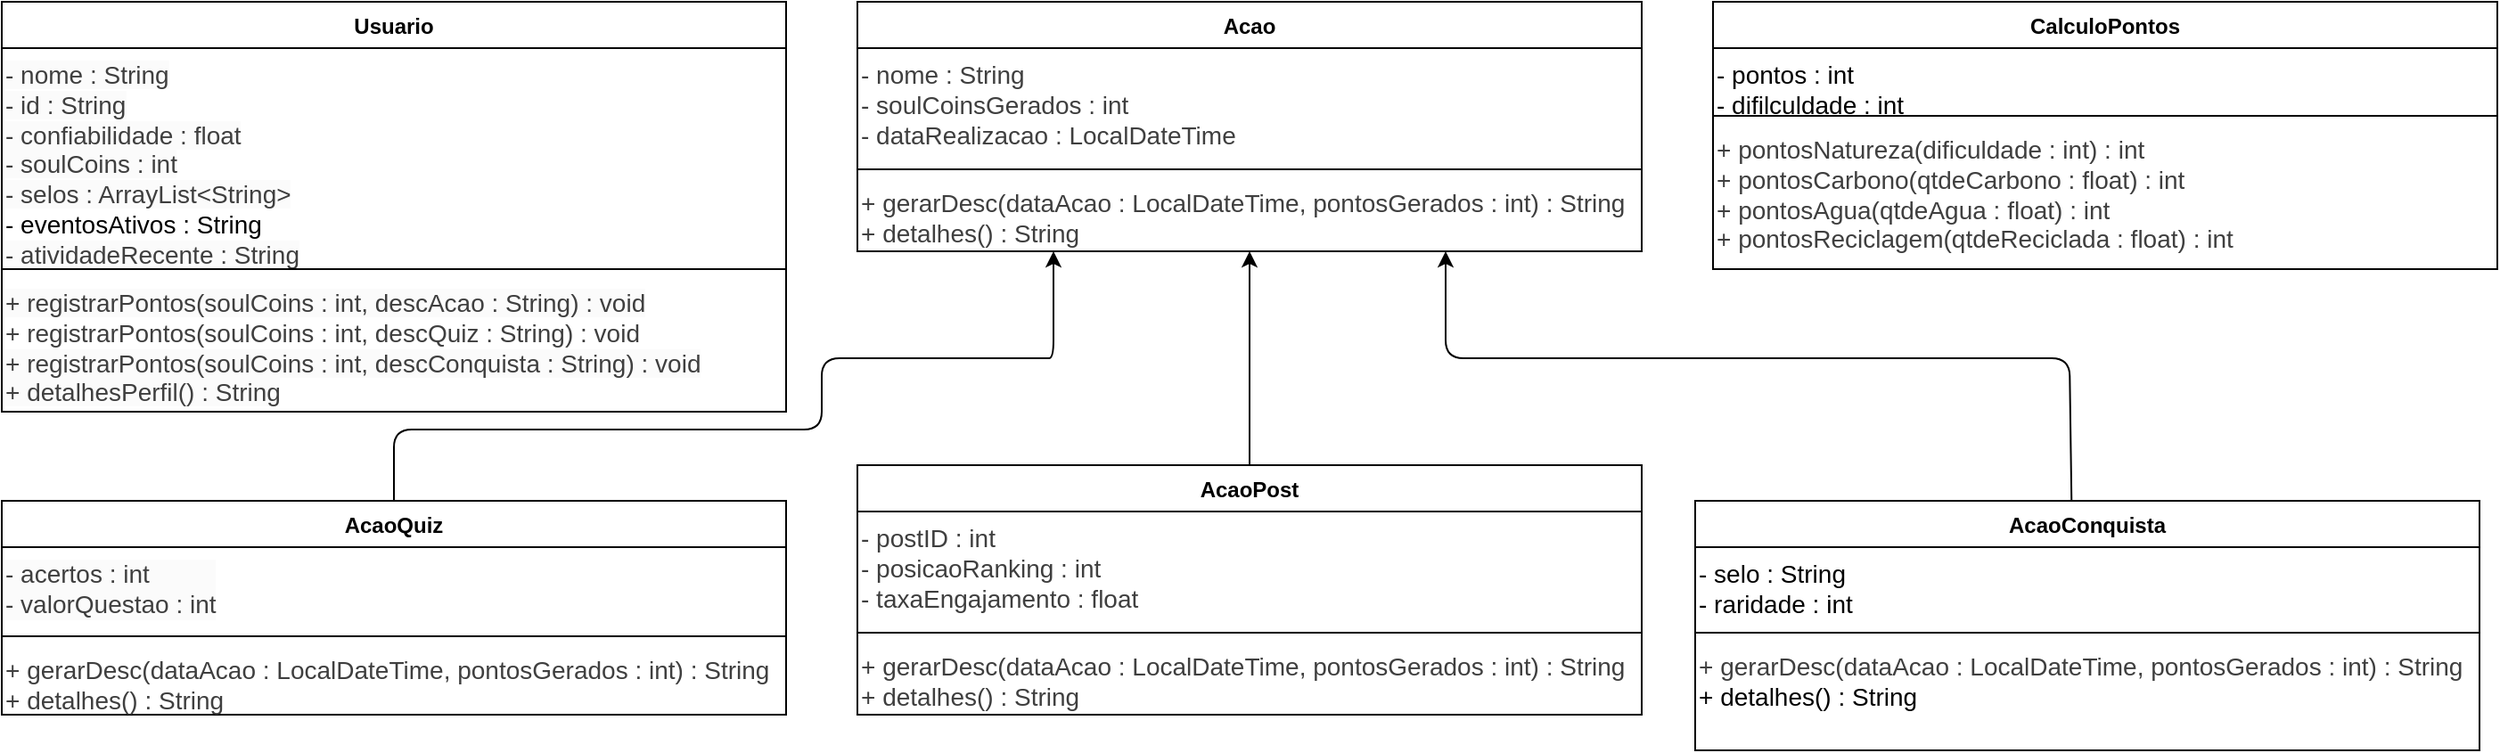
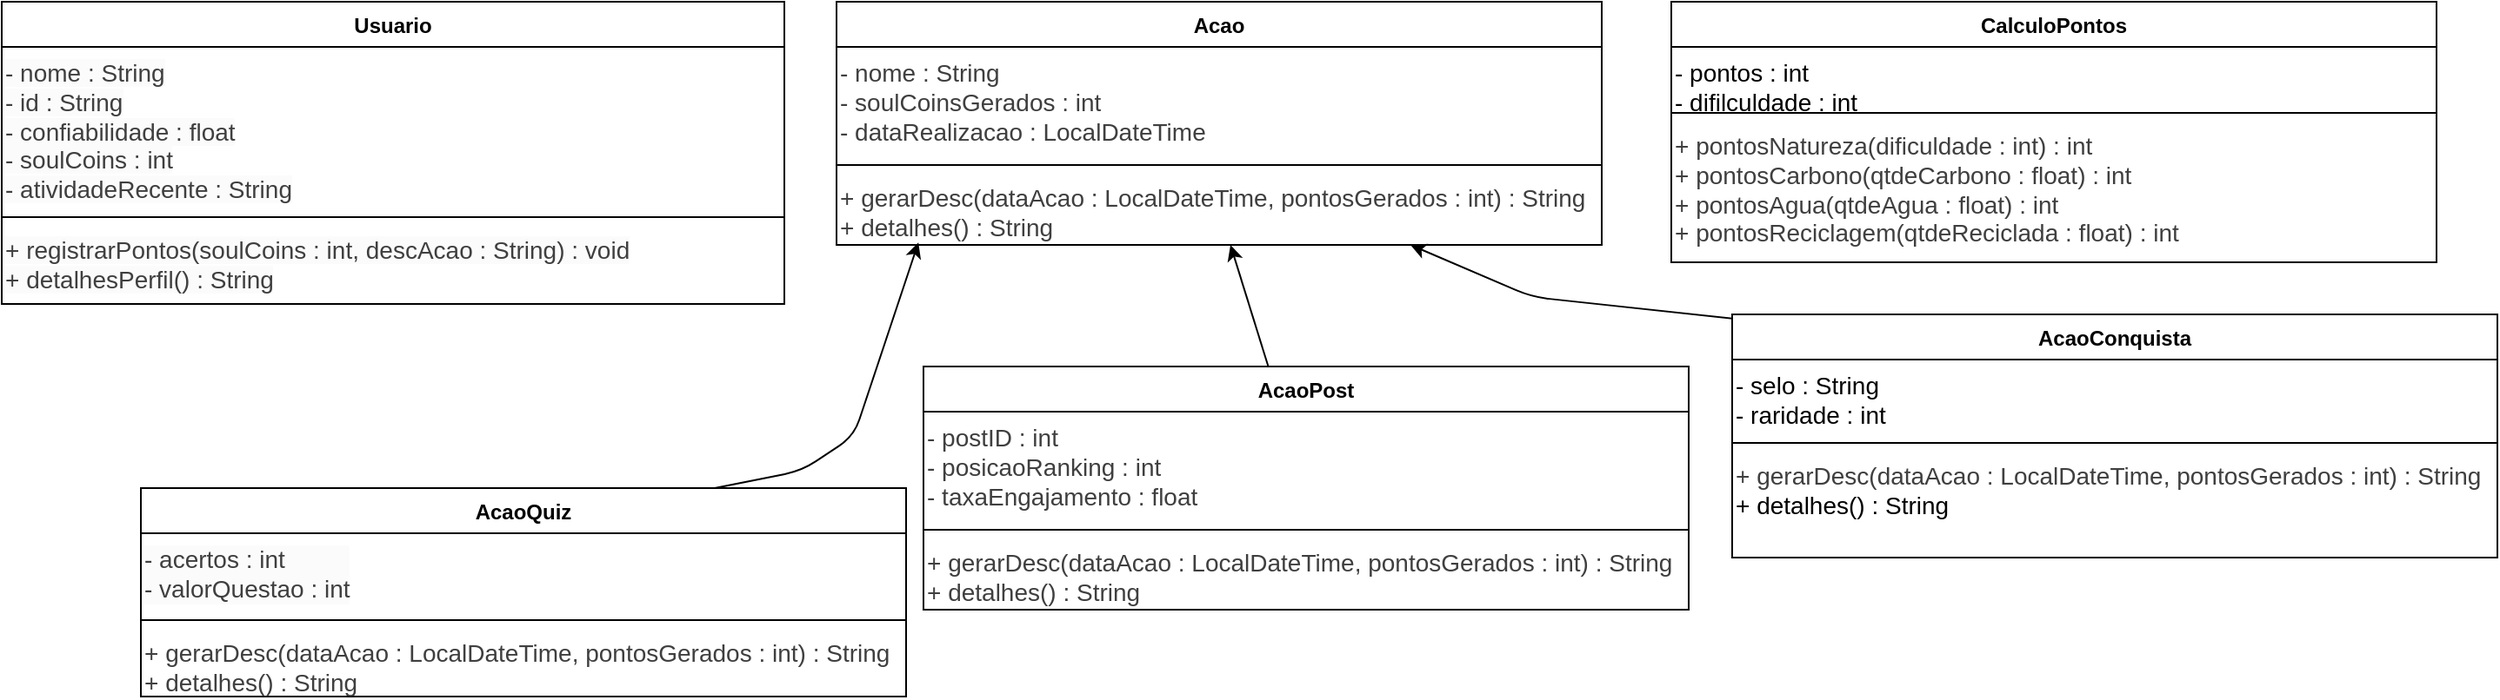
<mxfile host="65bd71144e">
    <diagram name="Diagrama SoulUp" id="soulup-uml">
-         <mxGraphModel dx="425" dy="710" grid="1" gridSize="10" guides="1" tooltips="1" connect="1" arrows="1" fold="1" page="1" pageScale="1" pageWidth="1475" pageHeight="827" math="0" shadow="0">
+         <mxGraphModel dx="318" dy="741" grid="1" gridSize="10" guides="1" tooltips="1" connect="1" arrows="1" fold="1" page="1" pageScale="1" pageWidth="1475" pageHeight="827" math="0" shadow="0">
            <root>
                <mxCell id="0"/>
                <mxCell id="1" parent="0"/>
                <mxCell id="7" value="Usuario" style="swimlane;fontStyle=1;align=center;verticalAlign=top;childLayout=stackLayout;horizontal=1;startSize=26;horizontalStack=0;resizeParent=1;resizeParentMax=0;resizeLast=0;collapsible=1;marginBottom=0;whiteSpace=wrap;html=1;" parent="1" vertex="1">
-                     <mxGeometry x="40" y="40" width="440" height="230" as="geometry">
+                     <mxGeometry x="40" y="40" width="450" height="174" as="geometry">
                        <mxRectangle x="710" y="370" width="80" height="30" as="alternateBounds"/>
                    </mxGeometry>
                </mxCell>
-                 <mxCell id="12" value="&lt;span style=&quot;color: rgb(63, 63, 63); font-family: Helvetica; font-size: 14px; font-style: normal; font-variant-ligatures: normal; font-variant-caps: normal; font-weight: 400; letter-spacing: normal; orphans: 2; text-align: -webkit-left; text-indent: 0px; text-transform: none; widows: 2; word-spacing: 0px; -webkit-text-stroke-width: 0px; white-space: normal; background-color: rgb(251, 251, 251); text-decoration-thickness: initial; text-decoration-style: initial; text-decoration-color: initial; float: none; display: inline !important;&quot;&gt;- nome : String&lt;/span&gt;&lt;br style=&quot;forced-color-adjust: none; color: rgb(63, 63, 63); scrollbar-color: rgb(226, 226, 226) rgb(251, 251, 251); font-family: Helvetica; font-size: 14px; font-style: normal; font-variant-ligatures: normal; font-variant-caps: normal; font-weight: 400; letter-spacing: normal; orphans: 2; text-align: -webkit-left; text-indent: 0px; text-transform: none; widows: 2; word-spacing: 0px; -webkit-text-stroke-width: 0px; white-space: normal; background-color: rgb(251, 251, 251); text-decoration-thickness: initial; text-decoration-style: initial; text-decoration-color: initial;&quot;&gt;&lt;span style=&quot;color: rgb(63, 63, 63); font-family: Helvetica; font-size: 14px; font-style: normal; font-variant-ligatures: normal; font-variant-caps: normal; font-weight: 400; letter-spacing: normal; orphans: 2; text-align: -webkit-left; text-indent: 0px; text-transform: none; widows: 2; word-spacing: 0px; -webkit-text-stroke-width: 0px; white-space: normal; background-color: rgb(251, 251, 251); text-decoration-thickness: initial; text-decoration-style: initial; text-decoration-color: initial; float: none; display: inline !important;&quot;&gt;- id : String&lt;/span&gt;&lt;br style=&quot;forced-color-adjust: none; color: rgb(63, 63, 63); scrollbar-color: rgb(226, 226, 226) rgb(251, 251, 251); font-family: Helvetica; font-size: 14px; font-style: normal; font-variant-ligatures: normal; font-variant-caps: normal; font-weight: 400; letter-spacing: normal; orphans: 2; text-align: -webkit-left; text-indent: 0px; text-transform: none; widows: 2; word-spacing: 0px; -webkit-text-stroke-width: 0px; white-space: normal; background-color: rgb(251, 251, 251); text-decoration-thickness: initial; text-decoration-style: initial; text-decoration-color: initial;&quot;&gt;&lt;span style=&quot;color: rgb(63, 63, 63); font-family: Helvetica; font-size: 14px; font-style: normal; font-variant-ligatures: normal; font-variant-caps: normal; font-weight: 400; letter-spacing: normal; orphans: 2; text-align: -webkit-left; text-indent: 0px; text-transform: none; widows: 2; word-spacing: 0px; -webkit-text-stroke-width: 0px; white-space: normal; background-color: rgb(251, 251, 251); text-decoration-thickness: initial; text-decoration-style: initial; text-decoration-color: initial; float: none; display: inline !important;&quot;&gt;- confiabilidade : float&lt;/span&gt;&lt;br style=&quot;forced-color-adjust: none; color: rgb(63, 63, 63); scrollbar-color: rgb(226, 226, 226) rgb(251, 251, 251); font-family: Helvetica; font-size: 14px; font-style: normal; font-variant-ligatures: normal; font-variant-caps: normal; font-weight: 400; letter-spacing: normal; orphans: 2; text-align: -webkit-left; text-indent: 0px; text-transform: none; widows: 2; word-spacing: 0px; -webkit-text-stroke-width: 0px; white-space: normal; background-color: rgb(251, 251, 251); text-decoration-thickness: initial; text-decoration-style: initial; text-decoration-color: initial;&quot;&gt;&lt;span style=&quot;color: rgb(63, 63, 63); font-family: Helvetica; font-size: 14px; font-style: normal; font-variant-ligatures: normal; font-variant-caps: normal; font-weight: 400; letter-spacing: normal; orphans: 2; text-align: -webkit-left; text-indent: 0px; text-transform: none; widows: 2; word-spacing: 0px; -webkit-text-stroke-width: 0px; white-space: normal; background-color: rgb(251, 251, 251); text-decoration-thickness: initial; text-decoration-style: initial; text-decoration-color: initial; float: none; display: inline !important;&quot;&gt;- soulCoins : int&lt;/span&gt;&lt;br style=&quot;forced-color-adjust: none; color: rgb(63, 63, 63); scrollbar-color: rgb(226, 226, 226) rgb(251, 251, 251); font-family: Helvetica; font-size: 14px; font-style: normal; font-variant-ligatures: normal; font-variant-caps: normal; font-weight: 400; letter-spacing: normal; orphans: 2; text-align: -webkit-left; text-indent: 0px; text-transform: none; widows: 2; word-spacing: 0px; -webkit-text-stroke-width: 0px; white-space: normal; background-color: rgb(251, 251, 251); text-decoration-thickness: initial; text-decoration-style: initial; text-decoration-color: initial;&quot;&gt;&lt;span style=&quot;color: rgb(63, 63, 63); font-family: Helvetica; font-size: 14px; font-style: normal; font-variant-ligatures: normal; font-variant-caps: normal; font-weight: 400; letter-spacing: normal; orphans: 2; text-align: -webkit-left; text-indent: 0px; text-transform: none; widows: 2; word-spacing: 0px; -webkit-text-stroke-width: 0px; white-space: normal; background-color: rgb(251, 251, 251); text-decoration-thickness: initial; text-decoration-style: initial; text-decoration-color: initial; float: none; display: inline !important;&quot;&gt;- selos : ArrayList&amp;lt;String&amp;gt;&lt;/span&gt;&lt;div&gt;&lt;span style=&quot;font-size: 14px;&quot;&gt;- eventosAtivos : String&lt;br&gt;&lt;/span&gt;&lt;div&gt;&lt;span style=&quot;color: rgb(63, 63, 63); font-family: Helvetica; font-size: 14px; font-style: normal; font-variant-ligatures: normal; font-variant-caps: normal; font-weight: 400; letter-spacing: normal; orphans: 2; text-align: -webkit-left; text-indent: 0px; text-transform: none; widows: 2; word-spacing: 0px; -webkit-text-stroke-width: 0px; white-space: normal; background-color: rgb(251, 251, 251); text-decoration-thickness: initial; text-decoration-style: initial; text-decoration-color: initial; float: none; display: inline !important;&quot;&gt;- atividadeRecente : String&lt;/span&gt;&lt;br class=&quot;Apple-interchange-newline&quot;&gt;&lt;/div&gt;&lt;/div&gt;" style="text;whiteSpace=wrap;html=1;" parent="7" vertex="1">
-                     <mxGeometry y="26" width="440" height="120" as="geometry"/>
+                 <mxCell id="12" value="&lt;span style=&quot;color: rgb(63, 63, 63); font-family: Helvetica; font-size: 14px; font-style: normal; font-variant-ligatures: normal; font-variant-caps: normal; font-weight: 400; letter-spacing: normal; orphans: 2; text-align: -webkit-left; text-indent: 0px; text-transform: none; widows: 2; word-spacing: 0px; -webkit-text-stroke-width: 0px; white-space: normal; background-color: rgb(251, 251, 251); text-decoration-thickness: initial; text-decoration-style: initial; text-decoration-color: initial; float: none; display: inline !important;&quot;&gt;- nome : String&lt;/span&gt;&lt;br style=&quot;forced-color-adjust: none; color: rgb(63, 63, 63); scrollbar-color: rgb(226, 226, 226) rgb(251, 251, 251); font-family: Helvetica; font-size: 14px; font-style: normal; font-variant-ligatures: normal; font-variant-caps: normal; font-weight: 400; letter-spacing: normal; orphans: 2; text-align: -webkit-left; text-indent: 0px; text-transform: none; widows: 2; word-spacing: 0px; -webkit-text-stroke-width: 0px; white-space: normal; background-color: rgb(251, 251, 251); text-decoration-thickness: initial; text-decoration-style: initial; text-decoration-color: initial;&quot;&gt;&lt;span style=&quot;color: rgb(63, 63, 63); font-family: Helvetica; font-size: 14px; font-style: normal; font-variant-ligatures: normal; font-variant-caps: normal; font-weight: 400; letter-spacing: normal; orphans: 2; text-align: -webkit-left; text-indent: 0px; text-transform: none; widows: 2; word-spacing: 0px; -webkit-text-stroke-width: 0px; white-space: normal; background-color: rgb(251, 251, 251); text-decoration-thickness: initial; text-decoration-style: initial; text-decoration-color: initial; float: none; display: inline !important;&quot;&gt;- id : String&lt;/span&gt;&lt;br style=&quot;forced-color-adjust: none; color: rgb(63, 63, 63); scrollbar-color: rgb(226, 226, 226) rgb(251, 251, 251); font-family: Helvetica; font-size: 14px; font-style: normal; font-variant-ligatures: normal; font-variant-caps: normal; font-weight: 400; letter-spacing: normal; orphans: 2; text-align: -webkit-left; text-indent: 0px; text-transform: none; widows: 2; word-spacing: 0px; -webkit-text-stroke-width: 0px; white-space: normal; background-color: rgb(251, 251, 251); text-decoration-thickness: initial; text-decoration-style: initial; text-decoration-color: initial;&quot;&gt;&lt;span style=&quot;color: rgb(63, 63, 63); font-family: Helvetica; font-size: 14px; font-style: normal; font-variant-ligatures: normal; font-variant-caps: normal; font-weight: 400; letter-spacing: normal; orphans: 2; text-align: -webkit-left; text-indent: 0px; text-transform: none; widows: 2; word-spacing: 0px; -webkit-text-stroke-width: 0px; white-space: normal; background-color: rgb(251, 251, 251); text-decoration-thickness: initial; text-decoration-style: initial; text-decoration-color: initial; float: none; display: inline !important;&quot;&gt;- confiabilidade : float&lt;/span&gt;&lt;br style=&quot;forced-color-adjust: none; color: rgb(63, 63, 63); scrollbar-color: rgb(226, 226, 226) rgb(251, 251, 251); font-family: Helvetica; font-size: 14px; font-style: normal; font-variant-ligatures: normal; font-variant-caps: normal; font-weight: 400; letter-spacing: normal; orphans: 2; text-align: -webkit-left; text-indent: 0px; text-transform: none; widows: 2; word-spacing: 0px; -webkit-text-stroke-width: 0px; white-space: normal; background-color: rgb(251, 251, 251); text-decoration-thickness: initial; text-decoration-style: initial; text-decoration-color: initial;&quot;&gt;&lt;span style=&quot;color: rgb(63, 63, 63); font-family: Helvetica; font-size: 14px; font-style: normal; font-variant-ligatures: normal; font-variant-caps: normal; font-weight: 400; letter-spacing: normal; orphans: 2; text-align: -webkit-left; text-indent: 0px; text-transform: none; widows: 2; word-spacing: 0px; -webkit-text-stroke-width: 0px; white-space: normal; background-color: rgb(251, 251, 251); text-decoration-thickness: initial; text-decoration-style: initial; text-decoration-color: initial; float: none; display: inline !important;&quot;&gt;- soulCoins : int&lt;/span&gt;&lt;div&gt;&lt;div&gt;&lt;span style=&quot;color: rgb(63, 63, 63); font-family: Helvetica; font-size: 14px; font-style: normal; font-variant-ligatures: normal; font-variant-caps: normal; font-weight: 400; letter-spacing: normal; orphans: 2; text-align: -webkit-left; text-indent: 0px; text-transform: none; widows: 2; word-spacing: 0px; -webkit-text-stroke-width: 0px; white-space: normal; background-color: rgb(251, 251, 251); text-decoration-thickness: initial; text-decoration-style: initial; text-decoration-color: initial; float: none; display: inline !important;&quot;&gt;- atividadeRecente : String&lt;/span&gt;&lt;br class=&quot;Apple-interchange-newline&quot;&gt;&lt;/div&gt;&lt;/div&gt;" style="text;whiteSpace=wrap;html=1;" parent="7" vertex="1">
+                     <mxGeometry y="26" width="450" height="94" as="geometry"/>
                </mxCell>
                <mxCell id="9" value="" style="line;strokeWidth=1;fillColor=none;align=left;verticalAlign=middle;spacingTop=-1;spacingLeft=3;spacingRight=3;rotatable=0;labelPosition=right;points=[];portConstraint=eastwest;strokeColor=inherit;" parent="7" vertex="1">
-                     <mxGeometry y="146" width="440" height="8" as="geometry"/>
+                     <mxGeometry y="120" width="450" height="8" as="geometry"/>
                </mxCell>
-                 <mxCell id="13" value="&lt;span style=&quot;color: rgb(63, 63, 63); font-family: Helvetica; font-size: 14px; font-style: normal; font-variant-ligatures: normal; font-variant-caps: normal; font-weight: 400; letter-spacing: normal; orphans: 2; text-align: -webkit-left; text-indent: 0px; text-transform: none; widows: 2; word-spacing: 0px; -webkit-text-stroke-width: 0px; white-space: normal; background-color: rgb(251, 251, 251); text-decoration-thickness: initial; text-decoration-style: initial; text-decoration-color: initial; float: none; display: inline !important;&quot;&gt;+ registrarPontos(soulCoins : int, descAcao : String) : void&lt;/span&gt;&lt;div&gt;&lt;span style=&quot;color: rgb(63, 63, 63); font-size: 14px;&quot;&gt;+ registrarPontos(soulCoins : int, descQuiz : String) : void&lt;/span&gt;&lt;span style=&quot;font-size: 14px;&quot;&gt;&lt;br&gt;&lt;/span&gt;&lt;div&gt;&lt;span style=&quot;color: rgb(63, 63, 63); font-family: Helvetica; font-size: 14px; font-style: normal; font-variant-ligatures: normal; font-variant-caps: normal; font-weight: 400; letter-spacing: normal; orphans: 2; text-align: -webkit-left; text-indent: 0px; text-transform: none; widows: 2; word-spacing: 0px; -webkit-text-stroke-width: 0px; white-space: normal; background-color: rgb(251, 251, 251); text-decoration-thickness: initial; text-decoration-style: initial; text-decoration-color: initial; float: none; display: inline !important;&quot;&gt;+ registrarPontos(soulCoins : int, descConquista : String) : void&lt;/span&gt;&lt;br style=&quot;forced-color-adjust: none; color: rgb(63, 63, 63); scrollbar-color: rgb(226, 226, 226) rgb(251, 251, 251); font-family: Helvetica; font-size: 14px; font-style: normal; font-variant-ligatures: normal; font-variant-caps: normal; font-weight: 400; letter-spacing: normal; orphans: 2; text-align: -webkit-left; text-indent: 0px; text-transform: none; widows: 2; word-spacing: 0px; -webkit-text-stroke-width: 0px; white-space: normal; background-color: rgb(251, 251, 251); text-decoration-thickness: initial; text-decoration-style: initial; text-decoration-color: initial;&quot;&gt;&lt;span style=&quot;color: rgb(63, 63, 63); font-family: Helvetica; font-size: 14px; font-style: normal; font-variant-ligatures: normal; font-variant-caps: normal; font-weight: 400; letter-spacing: normal; orphans: 2; text-align: -webkit-left; text-indent: 0px; text-transform: none; widows: 2; word-spacing: 0px; -webkit-text-stroke-width: 0px; white-space: normal; background-color: rgb(251, 251, 251); text-decoration-thickness: initial; text-decoration-style: initial; text-decoration-color: initial; float: none; display: inline !important;&quot;&gt;+ detalhesPerfil() : String&lt;/span&gt;&lt;/div&gt;&lt;/div&gt;" style="text;whiteSpace=wrap;html=1;" parent="7" vertex="1">
-                     <mxGeometry y="154" width="440" height="76" as="geometry"/>
+                 <mxCell id="13" value="&lt;span style=&quot;color: rgb(63, 63, 63); font-family: Helvetica; font-size: 14px; font-style: normal; font-variant-ligatures: normal; font-variant-caps: normal; font-weight: 400; letter-spacing: normal; orphans: 2; text-align: -webkit-left; text-indent: 0px; text-transform: none; widows: 2; word-spacing: 0px; -webkit-text-stroke-width: 0px; white-space: normal; background-color: rgb(251, 251, 251); text-decoration-thickness: initial; text-decoration-style: initial; text-decoration-color: initial; float: none; display: inline !important;&quot;&gt;+ registrarPontos(soulCoins : int, descAcao : String) : void&lt;/span&gt;&lt;div&gt;&lt;div&gt;&lt;span style=&quot;color: rgb(63, 63, 63); font-family: Helvetica; font-size: 14px; font-style: normal; font-variant-ligatures: normal; font-variant-caps: normal; font-weight: 400; letter-spacing: normal; orphans: 2; text-align: -webkit-left; text-indent: 0px; text-transform: none; widows: 2; word-spacing: 0px; -webkit-text-stroke-width: 0px; white-space: normal; background-color: rgb(251, 251, 251); text-decoration-thickness: initial; text-decoration-style: initial; text-decoration-color: initial; float: none; display: inline !important;&quot;&gt;+ detalhesPerfil() : String&lt;/span&gt;&lt;/div&gt;&lt;/div&gt;" style="text;whiteSpace=wrap;html=1;" parent="7" vertex="1">
+                     <mxGeometry y="128" width="450" height="46" as="geometry"/>
                </mxCell>
                <mxCell id="14" value="Acao" style="swimlane;fontStyle=1;align=center;verticalAlign=top;childLayout=stackLayout;horizontal=1;startSize=26;horizontalStack=0;resizeParent=1;resizeParentMax=0;resizeLast=0;collapsible=1;marginBottom=0;whiteSpace=wrap;html=1;" parent="1" vertex="1">
                    <mxGeometry x="520" y="40" width="440" height="140" as="geometry">
                        <mxRectangle x="520" y="40" width="80" height="30" as="alternateBounds"/>
                    </mxGeometry>
                </mxCell>
                <mxCell id="15" value="&lt;span style=&quot;color: rgb(63, 63, 63); font-size: 14px;&quot;&gt;- nome : String&lt;/span&gt;&lt;br style=&quot;color: rgb(63, 63, 63); scrollbar-color: rgb(226, 226, 226) rgb(251, 251, 251); font-size: 14px;&quot;&gt;&lt;span style=&quot;color: rgb(63, 63, 63); font-size: 14px;&quot;&gt;- soulCoinsGerados : int&lt;/span&gt;&lt;br style=&quot;color: rgb(63, 63, 63); scrollbar-color: rgb(226, 226, 226) rgb(251, 251, 251); font-size: 14px;&quot;&gt;&lt;span style=&quot;color: rgb(63, 63, 63); font-size: 14px;&quot;&gt;- dataRealizacao : LocalDateTime&lt;/span&gt;" style="text;whiteSpace=wrap;html=1;" parent="14" vertex="1">
                    <mxGeometry y="26" width="440" height="64" as="geometry"/>
                </mxCell>
                <mxCell id="16" value="" style="line;strokeWidth=1;fillColor=none;align=left;verticalAlign=middle;spacingTop=-1;spacingLeft=3;spacingRight=3;rotatable=0;labelPosition=right;points=[];portConstraint=eastwest;strokeColor=inherit;" parent="14" vertex="1">
                    <mxGeometry y="90" width="440" height="8" as="geometry"/>
                </mxCell>
                <mxCell id="17" value="&lt;div style=&quot;color: rgb(63, 63, 63); scrollbar-color: rgb(226, 226, 226) rgb(251, 251, 251);&quot;&gt;&lt;span style=&quot;scrollbar-color: rgb(226, 226, 226) rgb(251, 251, 251); font-size: 14px; color: rgb(63, 63, 63);&quot;&gt;+&amp;nbsp;&lt;span style=&quot;scrollbar-color: rgb(226, 226, 226) rgb(251, 251, 251); color: rgb(63, 63, 63);&quot;&gt;gerarDesc&lt;/span&gt;(&lt;/span&gt;&lt;span style=&quot;scrollbar-color: rgb(226, 226, 226) rgb(251, 251, 251); font-size: 14px; color: rgb(63, 63, 63);&quot;&gt;dataAcao :&amp;nbsp;&lt;/span&gt;&lt;span style=&quot;scrollbar-color: rgb(226, 226, 226) rgb(251, 251, 251); font-size: 14px; background-color: transparent; color: rgb(63, 63, 63);&quot;&gt;LocalDateTime&lt;/span&gt;&lt;span style=&quot;scrollbar-color: rgb(226, 226, 226) rgb(251, 251, 251); background-color: transparent; font-size: 14px; color: rgb(63, 63, 63);&quot;&gt;, pontosGerados : int&lt;/span&gt;&lt;span style=&quot;scrollbar-color: rgb(226, 226, 226) rgb(251, 251, 251); background-color: transparent; font-size: 14px; color: rgb(63, 63, 63);&quot;&gt;) : String&lt;/span&gt;&lt;/div&gt;&lt;span style=&quot;color: rgb(63, 63, 63); scrollbar-color: rgb(226, 226, 226) rgb(251, 251, 251); font-size: 14px;&quot;&gt;+ detalhes() : String&lt;/span&gt;" style="text;whiteSpace=wrap;html=1;" parent="14" vertex="1">
                    <mxGeometry y="98" width="440" height="42" as="geometry"/>
                </mxCell>
                <mxCell id="22" value="" style="edgeStyle=none;html=1;" parent="1" source="18" target="17" edge="1">
                    <mxGeometry relative="1" as="geometry"/>
                </mxCell>
                <mxCell id="18" value="AcaoPost" style="swimlane;fontStyle=1;align=center;verticalAlign=top;childLayout=stackLayout;horizontal=1;startSize=26;horizontalStack=0;resizeParent=1;resizeParentMax=0;resizeLast=0;collapsible=1;marginBottom=0;whiteSpace=wrap;html=1;" parent="1" vertex="1">
-                     <mxGeometry x="520" y="300" width="440" height="140" as="geometry">
+                     <mxGeometry x="570" y="250" width="440" height="140" as="geometry">
                        <mxRectangle x="710" y="370" width="80" height="30" as="alternateBounds"/>
                    </mxGeometry>
                </mxCell>
                <mxCell id="19" value="&lt;span style=&quot;color: rgb(63, 63, 63); font-size: 14px;&quot;&gt;- postID : int&lt;/span&gt;&lt;br style=&quot;color: rgb(63, 63, 63); scrollbar-color: rgb(226, 226, 226) rgb(251, 251, 251); font-size: 14px;&quot;&gt;&lt;span style=&quot;color: rgb(63, 63, 63); font-size: 14px;&quot;&gt;- posicaoRanking : int&lt;/span&gt;&lt;br style=&quot;color: rgb(63, 63, 63); scrollbar-color: rgb(226, 226, 226) rgb(251, 251, 251); font-size: 14px;&quot;&gt;&lt;span style=&quot;color: rgb(63, 63, 63); font-size: 14px;&quot;&gt;- taxaEngajamento : float&lt;/span&gt;&lt;div&gt;&lt;span style=&quot;color: rgb(63, 63, 63); font-size: 14px;&quot;&gt;&lt;br&gt;&lt;/span&gt;&lt;/div&gt;" style="text;whiteSpace=wrap;html=1;" parent="18" vertex="1">
                    <mxGeometry y="26" width="440" height="64" as="geometry"/>
                </mxCell>
                <mxCell id="20" value="" style="line;strokeWidth=1;fillColor=none;align=left;verticalAlign=middle;spacingTop=-1;spacingLeft=3;spacingRight=3;rotatable=0;labelPosition=right;points=[];portConstraint=eastwest;strokeColor=inherit;" parent="18" vertex="1">
                    <mxGeometry y="90" width="440" height="8" as="geometry"/>
                </mxCell>
                <mxCell id="21" value="&lt;div style=&quot;color: rgb(63, 63, 63); scrollbar-color: rgb(226, 226, 226) rgb(251, 251, 251);&quot;&gt;&lt;span style=&quot;scrollbar-color: rgb(226, 226, 226) rgb(251, 251, 251); font-size: 14px; color: rgb(63, 63, 63);&quot;&gt;+&amp;nbsp;&lt;span style=&quot;scrollbar-color: rgb(226, 226, 226) rgb(251, 251, 251); color: rgb(63, 63, 63);&quot;&gt;gerarDesc&lt;/span&gt;(&lt;/span&gt;&lt;span style=&quot;scrollbar-color: rgb(226, 226, 226) rgb(251, 251, 251); font-size: 14px; color: rgb(63, 63, 63);&quot;&gt;dataAcao :&amp;nbsp;&lt;/span&gt;&lt;span style=&quot;scrollbar-color: rgb(226, 226, 226) rgb(251, 251, 251); font-size: 14px; background-color: transparent; color: rgb(63, 63, 63);&quot;&gt;LocalDateTime&lt;/span&gt;&lt;span style=&quot;scrollbar-color: rgb(226, 226, 226) rgb(251, 251, 251); background-color: transparent; font-size: 14px; color: rgb(63, 63, 63);&quot;&gt;, pontosGerados : int&lt;/span&gt;&lt;span style=&quot;scrollbar-color: rgb(226, 226, 226) rgb(251, 251, 251); background-color: transparent; font-size: 14px; color: rgb(63, 63, 63);&quot;&gt;) : String&lt;/span&gt;&lt;/div&gt;&lt;span style=&quot;color: rgb(63, 63, 63); scrollbar-color: rgb(226, 226, 226) rgb(251, 251, 251); font-size: 14px;&quot;&gt;+ detalhes() : String&lt;/span&gt;" style="text;whiteSpace=wrap;html=1;" parent="18" vertex="1">
                    <mxGeometry y="98" width="440" height="42" as="geometry"/>
                </mxCell>
                <mxCell id="42" value="" style="edgeStyle=none;html=1;exitX=0.48;exitY=0.036;exitDx=0;exitDy=0;exitPerimeter=0;entryX=0.75;entryY=1;entryDx=0;entryDy=0;" parent="1" source="32" target="17" edge="1">
                    <mxGeometry relative="1" as="geometry">
                        <mxPoint x="760" y="240" as="targetPoint"/>
                        <Array as="points">
                            <mxPoint x="1200" y="240"/>
-                             <mxPoint x="960" y="240"/>
-                             <mxPoint x="850" y="240"/>
+                             <mxPoint x="920" y="210"/>
                        </Array>
                    </mxGeometry>
                </mxCell>
                <mxCell id="32" value="AcaoConquista" style="swimlane;fontStyle=1;align=center;verticalAlign=top;childLayout=stackLayout;horizontal=1;startSize=26;horizontalStack=0;resizeParent=1;resizeParentMax=0;resizeLast=0;collapsible=1;marginBottom=0;whiteSpace=wrap;html=1;" parent="1" vertex="1">
-                     <mxGeometry x="990" y="320" width="440" height="140" as="geometry">
+                     <mxGeometry x="1035" y="220" width="440" height="140" as="geometry">
                        <mxRectangle x="710" y="370" width="80" height="30" as="alternateBounds"/>
                    </mxGeometry>
                </mxCell>
                <mxCell id="33" value="&lt;div&gt;&lt;span style=&quot;font-size: 14px;&quot;&gt;- selo : String&lt;/span&gt;&lt;/div&gt;&lt;div&gt;&lt;span style=&quot;font-size: 14px;&quot;&gt;- raridade : int&lt;/span&gt;&lt;/div&gt;" style="text;whiteSpace=wrap;html=1;" parent="32" vertex="1">
                    <mxGeometry y="26" width="440" height="44" as="geometry"/>
                </mxCell>
                <mxCell id="34" value="" style="line;strokeWidth=1;fillColor=none;align=left;verticalAlign=middle;spacingTop=-1;spacingLeft=3;spacingRight=3;rotatable=0;labelPosition=right;points=[];portConstraint=eastwest;strokeColor=inherit;" parent="32" vertex="1">
                    <mxGeometry y="70" width="440" height="8" as="geometry"/>
                </mxCell>
                <mxCell id="35" value="&lt;div&gt;&lt;span style=&quot;color: rgb(63, 63, 63); font-size: 14px;&quot;&gt;+&amp;nbsp;&lt;span style=&quot;color: rgb(63, 63, 63);&quot;&gt;gerarDesc&lt;/span&gt;(&lt;/span&gt;&lt;span style=&quot;scrollbar-color: rgb(226, 226, 226) rgb(251, 251, 251); font-size: 14px; color: rgb(63, 63, 63);&quot;&gt;dataAcao :&amp;nbsp;&lt;/span&gt;&lt;span style=&quot;color: rgb(63, 63, 63); font-size: 14px; background-color: transparent;&quot;&gt;LocalDateTime&lt;/span&gt;&lt;span style=&quot;background-color: transparent; scrollbar-color: rgb(226, 226, 226) rgb(251, 251, 251); font-size: 14px; color: rgb(63, 63, 63);&quot;&gt;, pontosGerados : int&lt;/span&gt;&lt;span style=&quot;background-color: transparent; font-size: 14px; color: rgb(63, 63, 63);&quot;&gt;) : String&lt;/span&gt;&lt;/div&gt;&lt;span style=&quot;font-size: 14px;&quot;&gt;+ detalhes() : String&lt;/span&gt;" style="text;whiteSpace=wrap;html=1;" parent="32" vertex="1">
                    <mxGeometry y="78" width="440" height="62" as="geometry"/>
                </mxCell>
-                 <mxCell id="47" style="edgeStyle=none;html=1;exitX=0.5;exitY=0;exitDx=0;exitDy=0;entryX=0.25;entryY=1;entryDx=0;entryDy=0;" parent="1" source="43" target="17" edge="1">
+                 <mxCell id="47" style="edgeStyle=none;html=1;exitX=0.75;exitY=0;exitDx=0;exitDy=0;entryX=0.107;entryY=0.966;entryDx=0;entryDy=0;entryPerimeter=0;" parent="1" source="43" target="17" edge="1">
                    <mxGeometry relative="1" as="geometry">
                        <Array as="points">
-                             <mxPoint x="260" y="280"/>
-                             <mxPoint x="500" y="280"/>
-                             <mxPoint x="500" y="240"/>
-                             <mxPoint x="620" y="240"/>
-                             <mxPoint x="630" y="240"/>
+                             <mxPoint x="500" y="310"/>
+                             <mxPoint x="530" y="290"/>
                        </Array>
                    </mxGeometry>
                </mxCell>
                <mxCell id="43" value="AcaoQuiz" style="swimlane;fontStyle=1;align=center;verticalAlign=top;childLayout=stackLayout;horizontal=1;startSize=26;horizontalStack=0;resizeParent=1;resizeParentMax=0;resizeLast=0;collapsible=1;marginBottom=0;whiteSpace=wrap;html=1;" parent="1" vertex="1">
-                     <mxGeometry x="40" y="320" width="440" height="120" as="geometry">
+                     <mxGeometry x="120" y="320" width="440" height="120" as="geometry">
                        <mxRectangle x="710" y="370" width="80" height="30" as="alternateBounds"/>
                    </mxGeometry>
                </mxCell>
                <mxCell id="48" value="&lt;div style=&quot;forced-color-adjust: none; color: rgb(63, 63, 63); scrollbar-color: rgb(226, 226, 226) rgb(251, 251, 251); font-family: Helvetica; font-style: normal; font-variant-ligatures: normal; font-variant-caps: normal; font-weight: 400; letter-spacing: normal; orphans: 2; text-align: left; text-indent: 0px; text-transform: none; widows: 2; word-spacing: 0px; -webkit-text-stroke-width: 0px; white-space: normal; background-color: rgb(251, 251, 251); text-decoration-thickness: initial; text-decoration-style: initial; text-decoration-color: initial;&quot;&gt;&lt;span style=&quot;font-size: 14px;&quot;&gt;- acertos : int&lt;/span&gt;&lt;/div&gt;&lt;div style=&quot;forced-color-adjust: none; color: rgb(63, 63, 63); scrollbar-color: rgb(226, 226, 226) rgb(251, 251, 251); font-family: Helvetica; font-style: normal; font-variant-ligatures: normal; font-variant-caps: normal; font-weight: 400; letter-spacing: normal; orphans: 2; text-align: left; text-indent: 0px; text-transform: none; widows: 2; word-spacing: 0px; -webkit-text-stroke-width: 0px; white-space: normal; background-color: rgb(251, 251, 251); text-decoration-thickness: initial; text-decoration-style: initial; text-decoration-color: initial;&quot;&gt;&lt;span style=&quot;font-size: 14px;&quot;&gt;- valorQuestao : int&lt;/span&gt;&lt;/div&gt;" style="text;whiteSpace=wrap;html=1;" parent="43" vertex="1">
                    <mxGeometry y="26" width="440" height="46" as="geometry"/>
                </mxCell>
                <mxCell id="45" value="" style="line;strokeWidth=1;fillColor=none;align=left;verticalAlign=middle;spacingTop=-1;spacingLeft=3;spacingRight=3;rotatable=0;labelPosition=right;points=[];portConstraint=eastwest;strokeColor=inherit;" parent="43" vertex="1">
                    <mxGeometry y="72" width="440" height="8" as="geometry"/>
                </mxCell>
                <mxCell id="46" value="&lt;div style=&quot;color: rgb(63, 63, 63); scrollbar-color: rgb(226, 226, 226) rgb(251, 251, 251);&quot;&gt;&lt;span style=&quot;scrollbar-color: rgb(226, 226, 226) rgb(251, 251, 251); font-size: 14px; color: rgb(63, 63, 63);&quot;&gt;+&amp;nbsp;&lt;span style=&quot;scrollbar-color: rgb(226, 226, 226) rgb(251, 251, 251); color: rgb(63, 63, 63);&quot;&gt;gerarDesc&lt;/span&gt;(&lt;/span&gt;&lt;span style=&quot;scrollbar-color: rgb(226, 226, 226) rgb(251, 251, 251); font-size: 14px; color: rgb(63, 63, 63);&quot;&gt;dataAcao :&amp;nbsp;&lt;/span&gt;&lt;span style=&quot;scrollbar-color: rgb(226, 226, 226) rgb(251, 251, 251); font-size: 14px; background-color: transparent; color: rgb(63, 63, 63);&quot;&gt;LocalDateTime&lt;/span&gt;&lt;span style=&quot;scrollbar-color: rgb(226, 226, 226) rgb(251, 251, 251); background-color: transparent; font-size: 14px; color: rgb(63, 63, 63);&quot;&gt;, pontosGerados : int&lt;/span&gt;&lt;span style=&quot;scrollbar-color: rgb(226, 226, 226) rgb(251, 251, 251); background-color: transparent; font-size: 14px; color: rgb(63, 63, 63);&quot;&gt;) : String&lt;/span&gt;&lt;/div&gt;&lt;span style=&quot;color: rgb(63, 63, 63); scrollbar-color: rgb(226, 226, 226) rgb(251, 251, 251); font-size: 14px;&quot;&gt;+ detalhes() : String&lt;/span&gt;" style="text;whiteSpace=wrap;html=1;" parent="43" vertex="1">
                    <mxGeometry y="80" width="440" height="40" as="geometry"/>
                </mxCell>
                <mxCell id="53" value="CalculoPontos" style="swimlane;fontStyle=1;align=center;verticalAlign=top;childLayout=stackLayout;horizontal=1;startSize=26;horizontalStack=0;resizeParent=1;resizeParentMax=0;resizeLast=0;collapsible=1;marginBottom=0;whiteSpace=wrap;html=1;" parent="1" vertex="1">
                    <mxGeometry x="1000" y="40" width="440" height="150" as="geometry">
                        <mxRectangle x="1000" y="40" width="140" height="30" as="alternateBounds"/>
                    </mxGeometry>
                </mxCell>
                <mxCell id="54" value="&lt;div&gt;&lt;span style=&quot;font-size: 14px;&quot;&gt;- pontos : int&lt;/span&gt;&lt;/div&gt;&lt;div&gt;&lt;span style=&quot;font-size: 14px;&quot;&gt;- difilculdade : int&lt;/span&gt;&lt;/div&gt;" style="text;whiteSpace=wrap;html=1;" parent="53" vertex="1">
                    <mxGeometry y="26" width="440" height="34" as="geometry"/>
                </mxCell>
                <mxCell id="55" value="" style="line;strokeWidth=1;fillColor=none;align=left;verticalAlign=middle;spacingTop=-1;spacingLeft=3;spacingRight=3;rotatable=0;labelPosition=right;points=[];portConstraint=eastwest;strokeColor=inherit;" parent="53" vertex="1">
                    <mxGeometry y="60" width="440" height="8" as="geometry"/>
                </mxCell>
                <mxCell id="56" value="&lt;div style=&quot;color: rgb(63, 63, 63); scrollbar-color: rgb(226, 226, 226) rgb(251, 251, 251);&quot;&gt;&lt;span style=&quot;scrollbar-color: rgb(226, 226, 226) rgb(251, 251, 251); font-size: 14px; color: rgb(63, 63, 63);&quot;&gt;+ pontosNatureza(&lt;span style=&quot;scrollbar-color: rgb(226, 226, 226) rgb(251, 251, 251); color: rgb(63, 63, 63);&quot;&gt;dificuldade : int&lt;/span&gt;) :&amp;nbsp;&lt;/span&gt;&lt;span style=&quot;color: rgb(63, 63, 63); font-size: 14px;&quot;&gt;int&lt;/span&gt;&lt;br style=&quot;scrollbar-color: rgb(226, 226, 226) rgb(251, 251, 251); font-size: 14px; color: rgb(63, 63, 63);&quot;&gt;&lt;span style=&quot;scrollbar-color: rgb(226, 226, 226) rgb(251, 251, 251); font-size: 14px; color: rgb(63, 63, 63);&quot;&gt;+ pontosCarbono(&lt;span style=&quot;color: rgb(63, 63, 63);&quot;&gt;qtdeCarbono : float&lt;/span&gt;) :&amp;nbsp;&lt;/span&gt;&lt;span style=&quot;color: rgb(63, 63, 63); font-size: 14px;&quot;&gt;int&lt;/span&gt;&lt;br style=&quot;scrollbar-color: rgb(226, 226, 226) rgb(251, 251, 251); font-size: 14px; color: rgb(63, 63, 63);&quot;&gt;&lt;span style=&quot;scrollbar-color: rgb(226, 226, 226) rgb(251, 251, 251); font-size: 14px; color: rgb(63, 63, 63);&quot;&gt;+ pontosAgua(&lt;span style=&quot;color: rgb(63, 63, 63);&quot;&gt;qtdeAgua : float&lt;/span&gt;) :&amp;nbsp;&lt;/span&gt;&lt;span style=&quot;color: rgb(63, 63, 63); font-size: 14px;&quot;&gt;int&lt;/span&gt;&lt;div style=&quot;scrollbar-color: rgb(226, 226, 226) rgb(251, 251, 251); color: rgb(63, 63, 63);&quot;&gt;&lt;font style=&quot;scrollbar-color: rgb(226, 226, 226) rgb(251, 251, 251); font-size: 14px; color: rgb(63, 63, 63);&quot;&gt;+ pontosReciclagem(&lt;span style=&quot;color: rgb(63, 63, 63);&quot;&gt;qtdeReciclada : float&lt;/span&gt;) : int&lt;/font&gt;&lt;/div&gt;&lt;/div&gt;" style="text;whiteSpace=wrap;html=1;" parent="53" vertex="1">
                    <mxGeometry y="68" width="440" height="82" as="geometry"/>
                </mxCell>
            </root>
        </mxGraphModel>
    </diagram>
</mxfile>